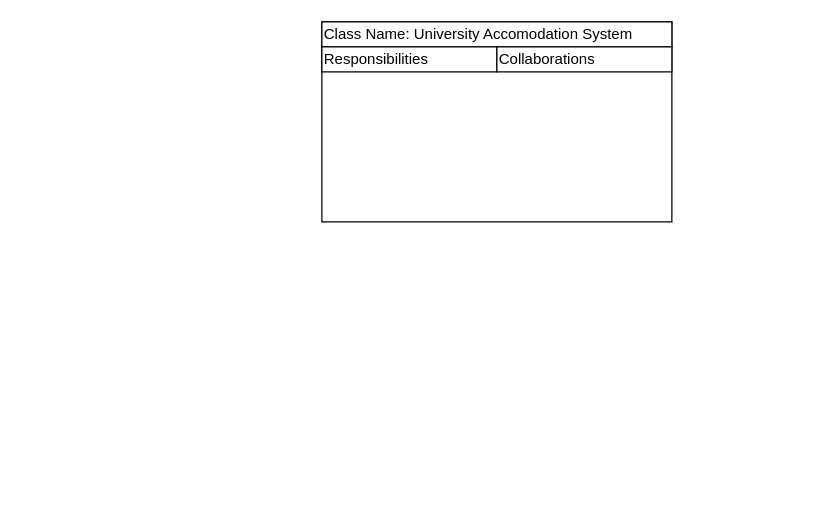
justn0thinghere/drawio keeps this draw.io diagram as tuto4wia2002q2.drawio. Above is the earlier version. Source tidied: cells renumbered, new cells numbered last; positions are measured from the earlier drawing's top-left corner, leaving out a move shared by most shapes. Both pictures are drawn from the tidied source at 125%, with x=0, y=0 at pixel (321, 21).
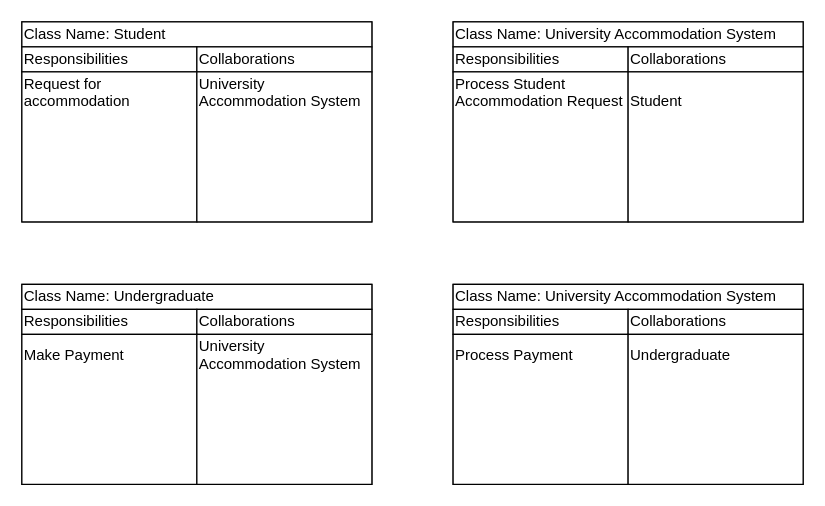
The same page after the edit.

Change to the diagram source:
```diff
@@
+    <mxCell id="6" style="group;" parent="1" vertex="1">
+      <mxGeometry x="105" width="280" height="160" as="geometry" />
+    </mxCell>
-    <mxCell id="2" style="rounded=0;whiteSpace=wrap;html=1;" parent="1" vertex="1">
+    <mxCell id="2" style="rounded=0;whiteSpace=wrap;html=1;" parent="6" vertex="1">
       <mxGeometry width="280" height="160" as="geometry" />
     </mxCell>
-    <mxCell id="3" value="Class Name: University Accomodation System" style="rounded=0;whiteSpace=wrap;html=1;align=left;" parent="1" vertex="1">
+    <mxCell id="3" value="Class Name: University Accommodation System" style="rounded=0;whiteSpace=wrap;html=1;align=left;" parent="6" vertex="1">
       <mxGeometry width="280" height="20" as="geometry" />
     </mxCell>
-    <mxCell id="4" value="Responsibilities" style="rounded=0;whiteSpace=wrap;html=1;align=left;" parent="1" vertex="1">
+    <mxCell id="4" value="Responsibilities" style="rounded=0;whiteSpace=wrap;html=1;align=left;" parent="6" vertex="1">
       <mxGeometry y="20" width="140" height="20" as="geometry" />
     </mxCell>
-    <mxCell id="5" value="Collaborations" style="rounded=0;whiteSpace=wrap;html=1;align=left;" parent="1" vertex="1">
+    <mxCell id="5" value="Collaborations" style="rounded=0;whiteSpace=wrap;html=1;align=left;" parent="6" vertex="1">
       <mxGeometry x="140" y="20" width="140" height="20" as="geometry" />
     </mxCell>
+    <mxCell id="7" value="&lt;div&gt;Process Student Accommodation Request&lt;/div&gt;&lt;div&gt;&lt;br&gt;&lt;/div&gt;&lt;div&gt;&lt;br&gt;&lt;/div&gt;&lt;div&gt;&lt;br&gt;&lt;/div&gt;&lt;div&gt;&lt;br&gt;&lt;/div&gt;&lt;div&gt;&lt;br&gt;&lt;/div&gt;&lt;div&gt;&lt;br&gt;&lt;/div&gt;" style="rounded=0;whiteSpace=wrap;html=1;align=left;" parent="6" vertex="1">
+      <mxGeometry y="40" width="140" height="120" as="geometry" />
+    </mxCell>
+    <mxCell id="8" value="Student&lt;div&gt;&lt;br&gt;&lt;/div&gt;&lt;div&gt;&lt;br&gt;&lt;/div&gt;&lt;div&gt;&lt;br&gt;&lt;/div&gt;&lt;div&gt;&lt;br&gt;&lt;/div&gt;&lt;div&gt;&lt;br&gt;&lt;/div&gt;" style="rounded=0;whiteSpace=wrap;html=1;align=left;" parent="6" vertex="1">
+      <mxGeometry x="140" y="40" width="140" height="120" as="geometry" />
+    </mxCell>
+    <mxCell id="9" style="group;" parent="1" vertex="1">
+      <mxGeometry x="-240" width="280" height="160" as="geometry" />
+    </mxCell>
+    <mxCell id="10" style="rounded=0;whiteSpace=wrap;html=1;" parent="9" vertex="1">
+      <mxGeometry width="280" height="160" as="geometry" />
+    </mxCell>
+    <mxCell id="11" value="Class Name: Student" style="rounded=0;whiteSpace=wrap;html=1;align=left;" parent="9" vertex="1">
+      <mxGeometry width="280" height="20" as="geometry" />
+    </mxCell>
+    <mxCell id="12" value="Responsibilities" style="rounded=0;whiteSpace=wrap;html=1;align=left;" parent="9" vertex="1">
+      <mxGeometry y="20" width="140" height="20" as="geometry" />
+    </mxCell>
+    <mxCell id="13" value="Collaborations" style="rounded=0;whiteSpace=wrap;html=1;align=left;" parent="9" vertex="1">
+      <mxGeometry x="140" y="20" width="140" height="20" as="geometry" />
+    </mxCell>
+    <mxCell id="14" value="&lt;div&gt;Request for accommodation&lt;/div&gt;&lt;div&gt;&lt;br&gt;&lt;/div&gt;&lt;div&gt;&lt;br&gt;&lt;/div&gt;&lt;div&gt;&lt;br&gt;&lt;/div&gt;&lt;div&gt;&lt;br&gt;&lt;/div&gt;&lt;div&gt;&lt;br&gt;&lt;/div&gt;&lt;div&gt;&lt;br&gt;&lt;/div&gt;" style="rounded=0;whiteSpace=wrap;html=1;align=left;" parent="9" vertex="1">
+      <mxGeometry y="40" width="140" height="120" as="geometry" />
+    </mxCell>
+    <mxCell id="15" value="University Accommodation System&lt;div&gt;&lt;br&gt;&lt;div&gt;&lt;br&gt;&lt;/div&gt;&lt;div&gt;&lt;br&gt;&lt;/div&gt;&lt;div&gt;&lt;br&gt;&lt;/div&gt;&lt;div&gt;&lt;br&gt;&lt;/div&gt;&lt;div&gt;&lt;br&gt;&lt;/div&gt;&lt;/div&gt;" style="rounded=0;whiteSpace=wrap;html=1;align=left;" parent="9" vertex="1">
+      <mxGeometry x="140" y="40" width="140" height="120" as="geometry" />
+    </mxCell>
+    <mxCell id="16" style="group;" parent="1" vertex="1">
+      <mxGeometry x="105" y="210" width="280" height="160" as="geometry" />
+    </mxCell>
+    <mxCell id="17" style="rounded=0;whiteSpace=wrap;html=1;" parent="16" vertex="1">
+      <mxGeometry width="280" height="160" as="geometry" />
+    </mxCell>
+    <mxCell id="18" value="Class Name: University Accommodation System" style="rounded=0;whiteSpace=wrap;html=1;align=left;" parent="16" vertex="1">
+      <mxGeometry width="280" height="20" as="geometry" />
+    </mxCell>
+    <mxCell id="19" value="Responsibilities" style="rounded=0;whiteSpace=wrap;html=1;align=left;" parent="16" vertex="1">
+      <mxGeometry y="20" width="140" height="20" as="geometry" />
+    </mxCell>
+    <mxCell id="20" value="Collaborations" style="rounded=0;whiteSpace=wrap;html=1;align=left;" parent="16" vertex="1">
+      <mxGeometry x="140" y="20" width="140" height="20" as="geometry" />
+    </mxCell>
+    <mxCell id="21" value="&lt;div&gt;Process Payment&lt;/div&gt;&lt;div&gt;&lt;br&gt;&lt;/div&gt;&lt;div&gt;&lt;br&gt;&lt;/div&gt;&lt;div&gt;&lt;br&gt;&lt;/div&gt;&lt;div&gt;&lt;br&gt;&lt;/div&gt;&lt;div&gt;&lt;br&gt;&lt;/div&gt;&lt;div&gt;&lt;br&gt;&lt;/div&gt;" style="rounded=0;whiteSpace=wrap;html=1;align=left;" parent="16" vertex="1">
+      <mxGeometry y="40" width="140" height="120" as="geometry" />
+    </mxCell>
+    <mxCell id="22" value="Undergraduate&lt;br&gt;&lt;div&gt;&lt;br&gt;&lt;/div&gt;&lt;div&gt;&lt;br&gt;&lt;/div&gt;&lt;div&gt;&lt;br&gt;&lt;/div&gt;&lt;div&gt;&lt;br&gt;&lt;/div&gt;&lt;div&gt;&lt;br&gt;&lt;/div&gt;&lt;div&gt;&lt;br&gt;&lt;/div&gt;" style="rounded=0;whiteSpace=wrap;html=1;align=left;" parent="16" vertex="1">
+      <mxGeometry x="140" y="40" width="140" height="120" as="geometry" />
+    </mxCell>
+    <mxCell id="23" style="group;" parent="1" vertex="1">
+      <mxGeometry x="-240" y="210" width="280" height="160" as="geometry" />
+    </mxCell>
+    <mxCell id="24" style="rounded=0;whiteSpace=wrap;html=1;" parent="23" vertex="1">
+      <mxGeometry width="280" height="160" as="geometry" />
+    </mxCell>
+    <mxCell id="25" value="Class Name: Undergraduate" style="rounded=0;whiteSpace=wrap;html=1;align=left;" parent="23" vertex="1">
+      <mxGeometry width="280" height="20" as="geometry" />
+    </mxCell>
+    <mxCell id="26" value="Responsibilities" style="rounded=0;whiteSpace=wrap;html=1;align=left;" parent="23" vertex="1">
+      <mxGeometry y="20" width="140" height="20" as="geometry" />
+    </mxCell>
+    <mxCell id="27" value="Collaborations" style="rounded=0;whiteSpace=wrap;html=1;align=left;" parent="23" vertex="1">
+      <mxGeometry x="140" y="20" width="140" height="20" as="geometry" />
+    </mxCell>
+    <mxCell id="28" value="&lt;div&gt;Make Payment&lt;/div&gt;&lt;div&gt;&lt;br&gt;&lt;/div&gt;&lt;div&gt;&lt;br&gt;&lt;/div&gt;&lt;div&gt;&lt;br&gt;&lt;/div&gt;&lt;div&gt;&lt;br&gt;&lt;/div&gt;&lt;div&gt;&lt;br&gt;&lt;/div&gt;&lt;div&gt;&lt;br&gt;&lt;/div&gt;" style="rounded=0;whiteSpace=wrap;html=1;align=left;" parent="23" vertex="1">
+      <mxGeometry y="40" width="140" height="120" as="geometry" />
+    </mxCell>
+    <mxCell id="29" value="University Accommodation System&lt;div&gt;&lt;br&gt;&lt;div&gt;&lt;br&gt;&lt;/div&gt;&lt;div&gt;&lt;br&gt;&lt;/div&gt;&lt;div&gt;&lt;br&gt;&lt;/div&gt;&lt;div&gt;&lt;br&gt;&lt;/div&gt;&lt;div&gt;&lt;br&gt;&lt;/div&gt;&lt;/div&gt;" style="rounded=0;whiteSpace=wrap;html=1;align=left;" parent="23" vertex="1">
+      <mxGeometry x="140" y="40" width="140" height="120" as="geometry" />
+    </mxCell>
```
